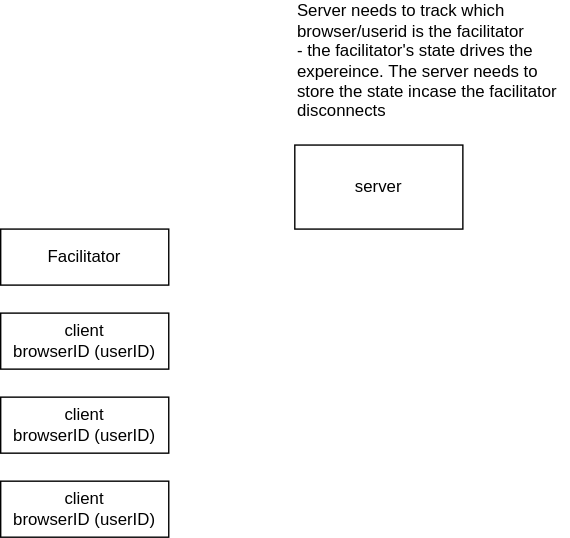
This is innovation/state.drawio.svg from steve-obrien/lab, a draw.io export, as it was before one commit. Source tidied: cells renumbered, new cells last; positions are measured from the earlier drawing's top-left corner, leaving out a move shared by most shapes.
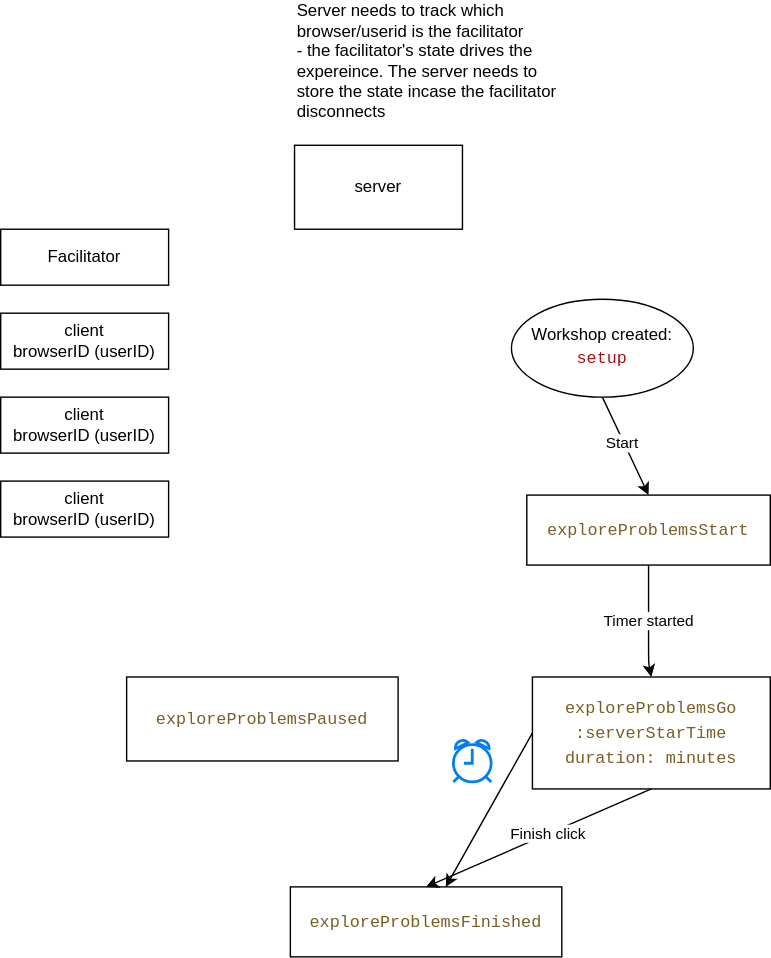
After the commit.

Change to the diagram source:
```diff
@@ -20,5 +20,45 @@
     <mxCell id="7" value="Server needs to track which browser/userid is the facilitator&lt;br&gt;- the facilitator's state drives the expereince. The server needs to store the state incase the facilitator disconnects" style="text;html=1;strokeColor=none;fillColor=none;align=left;verticalAlign=middle;whiteSpace=wrap;rounded=0;" parent="1" vertex="1">
       <mxGeometry x="210" width="196" height="60" as="geometry" />
     </mxCell>
+    <mxCell id="8" value="Workshop created:&lt;br&gt;&lt;div style=&quot;background-color: rgb(255, 255, 255); font-family: Menlo, Monaco, &amp;quot;Courier New&amp;quot;, monospace; line-height: 18px;&quot;&gt;&lt;span style=&quot;color: #a31515;&quot;&gt;setup&lt;/span&gt;&lt;/div&gt;" style="ellipse;whiteSpace=wrap;html=1;align=center;newEdgeStyle={&quot;edgeStyle&quot;:&quot;entityRelationEdgeStyle&quot;,&quot;startArrow&quot;:&quot;none&quot;,&quot;endArrow&quot;:&quot;none&quot;,&quot;segment&quot;:10,&quot;curved&quot;:1,&quot;sourcePerimeterSpacing&quot;:0,&quot;targetPerimeterSpacing&quot;:0};strokeColor=default;" parent="1" vertex="1">
+      <mxGeometry x="365" y="200" width="130" height="70" as="geometry" />
+    </mxCell>
+    <mxCell id="9" value="&lt;div style=&quot;background-color: rgb(255, 255, 255); font-family: Menlo, Monaco, &amp;quot;Courier New&amp;quot;, monospace; line-height: 18px;&quot;&gt;&lt;span style=&quot;color: #795e26;&quot;&gt;exploreProblemsStart&lt;/span&gt;&lt;/div&gt;" style="whiteSpace=wrap;html=1;strokeColor=default;" parent="1" vertex="1">
+      <mxGeometry x="376" y="340" width="174" height="50" as="geometry" />
+    </mxCell>
+    <mxCell id="10" style="endArrow=classic;html=1;strokeColor=default;entryX=0.5;entryY=0;entryDx=0;entryDy=0;exitX=0.5;exitY=1;exitDx=0;exitDy=0;" parent="1" edge="1" source="8" target="9">
+      <mxGeometry relative="1" as="geometry" />
+    </mxCell>
+    <mxCell id="11" value="Start" style="edgeLabel;html=1;align=center;verticalAlign=middle;" parent="10" vertex="1">
+      <mxGeometry x="-0.1" y="-2" relative="1" as="geometry" />
+    </mxCell>
+    <mxCell id="12" value="Timer started" style="endArrow=classic;html=1;strokeColor=default;exitX=0.5;exitY=1;exitDx=0;exitDy=0;entryX=0.5;entryY=0;entryDx=0;entryDy=0;" parent="1" edge="1" source="9" target="13">
+      <mxGeometry relative="1" as="geometry">
+        <Array as="points">
+          <mxPoint x="463" y="460" />
+        </Array>
+      </mxGeometry>
+    </mxCell>
+    <mxCell id="13" value="&lt;div style=&quot;background-color: rgb(255, 255, 255); font-family: Menlo, Monaco, &amp;quot;Courier New&amp;quot;, monospace; line-height: 18px;&quot;&gt;&lt;span style=&quot;color: #795e26;&quot;&gt;exploreProblemsGo&lt;br&gt;:serverStarTime&lt;br&gt;duration: minutes&lt;br&gt;&lt;/span&gt;&lt;/div&gt;" style="whiteSpace=wrap;html=1;strokeColor=default;" parent="1" vertex="1">
+      <mxGeometry x="380" y="470" width="170" height="80" as="geometry" />
+    </mxCell>
+    <mxCell id="14" value="&lt;div style=&quot;background-color: rgb(255, 255, 255); font-family: Menlo, Monaco, &amp;quot;Courier New&amp;quot;, monospace; line-height: 18px;&quot;&gt;&lt;span style=&quot;color: #795e26;&quot;&gt;exploreProblemsFinished&lt;/span&gt;&lt;/div&gt;" style="whiteSpace=wrap;html=1;strokeColor=default;" parent="1" vertex="1">
+      <mxGeometry x="207" y="620" width="194" height="50" as="geometry" />
+    </mxCell>
+    <mxCell id="15" style="endArrow=classic;html=1;strokeColor=default;exitX=0.5;exitY=1;exitDx=0;exitDy=0;entryX=0.5;entryY=0;entryDx=0;entryDy=0;" parent="1" edge="1" source="13" target="14">
+      <mxGeometry relative="1" as="geometry" />
+    </mxCell>
+    <mxCell id="16" value="Finish click" style="edgeLabel;html=1;align=center;verticalAlign=middle;" parent="15" vertex="1">
+      <mxGeometry x="-0.08" y="-1" relative="1" as="geometry" />
+    </mxCell>
+    <mxCell id="17" style="html=1;verticalLabelPosition=bottom;align=center;labelBackgroundColor=#ffffff;verticalAlign=top;strokeWidth=2;strokeColor=#0080F0;shadow=0;dashed=0;shape=mxgraph.ios7.icons.alarm_clock;" parent="1" vertex="1">
+      <mxGeometry x="323.5" y="515" width="27" height="30" as="geometry" />
+    </mxCell>
+    <mxCell id="18" style="endArrow=classic;html=1;strokeColor=default;exitX=0;exitY=0.5;exitDx=0;exitDy=0;" parent="1" edge="1" source="13" target="14">
+      <mxGeometry relative="1" as="geometry" />
+    </mxCell>
+    <mxCell id="19" value="&lt;div style=&quot;background-color: rgb(255, 255, 255); font-family: Menlo, Monaco, &amp;quot;Courier New&amp;quot;, monospace; line-height: 18px;&quot;&gt;&lt;span style=&quot;color: #795e26;&quot;&gt;exploreProblemsPaused&lt;/span&gt;&lt;/div&gt;" style="whiteSpace=wrap;html=1;strokeColor=default;" parent="1" vertex="1">
+      <mxGeometry x="90" y="470" width="194" height="60" as="geometry" />
+    </mxCell>
   </root>
 </mxGraphModel>
```
